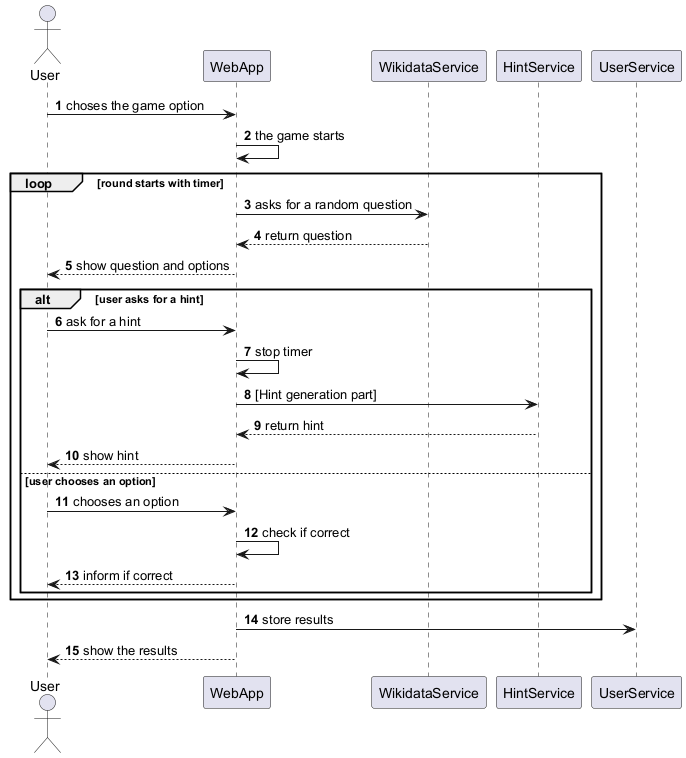
Earlier version of the PlantUML export images/Game diagram.png (Arquisoft/wichat_en3a).
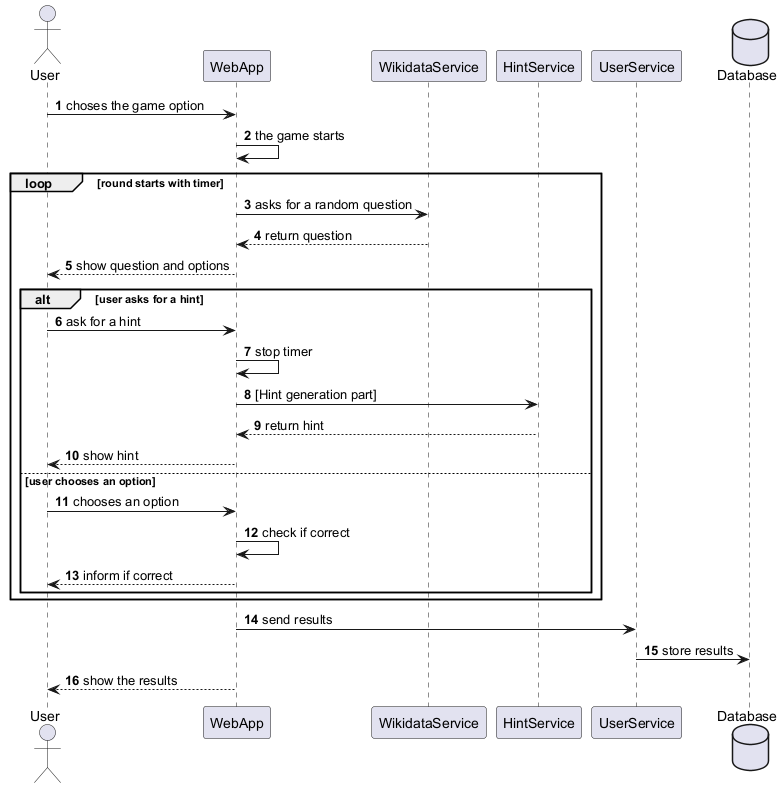
After the commit.

The edit, as a diff of the source:
```diff
@@ -5,6 +5,7 @@
 participant WikidataService
 participant HintService
 participant UserService
+database Database
 
 User -> WebApp: choses the game option
 WebApp -> WebApp: the game starts
@@ -25,6 +26,7 @@
         WebApp --> User: inform if correct
     end
 end
-WebApp -> UserService: store results
+WebApp -> UserService: send results
+UserService -> Database: store results
 WebApp --> User: show the results
 @enduml
```
